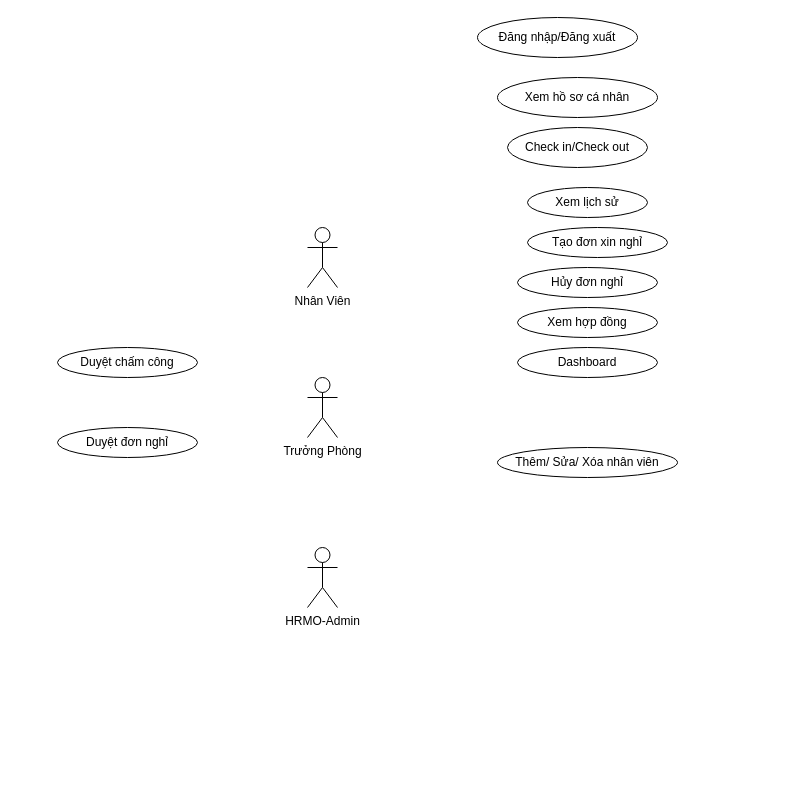
Above: Biểu đồ không có tiêu đề.drawio in lannhi07/DEMO-1 (draw.io), before the change. Source tidied: cells renumbered, new cells numbered last; positions are measured from the earlier drawing's top-left corner, leaving out a move shared by most shapes. Both pictures are drawn from the tidied source at 100%, with x=0, y=0 at pixel (57, 17).
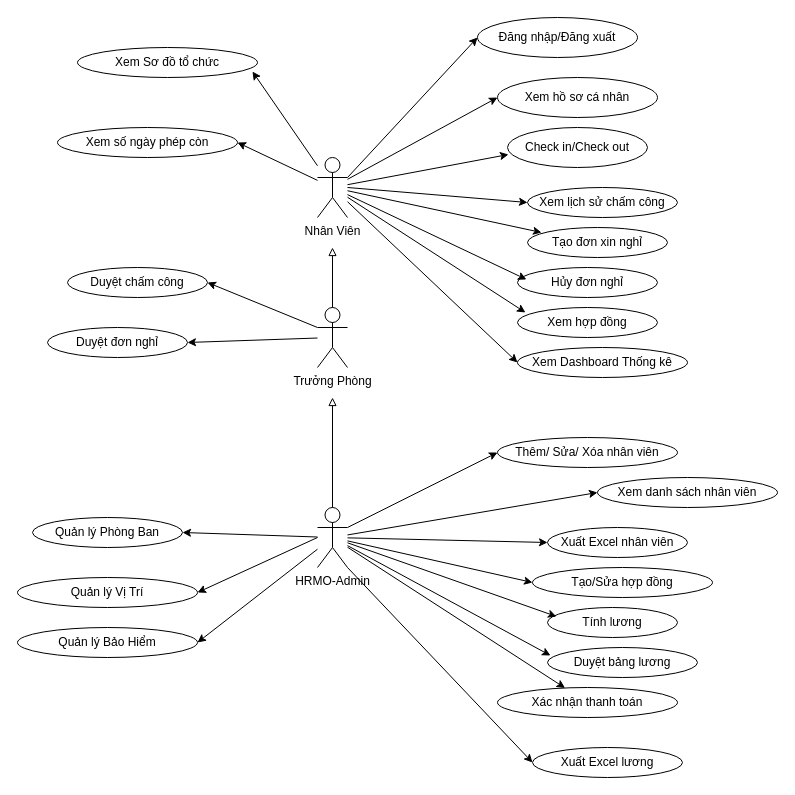
Above is the later version.

Change to the diagram source:
```diff
@@
-    <mxCell id="2" value="HRMO-Admin" style="shape=umlActor;verticalLabelPosition=bottom;verticalAlign=top;html=1;outlineConnect=0;" parent="1" vertex="1">
-      <mxGeometry x="250" y="530" width="30" height="60" as="geometry" />
+    <mxCell id="2" value="HRMO-Admin" style="shape=umlActor;verticalLabelPosition=bottom;verticalAlign=top;html=1;outlineConnect=0;rounded=1;" parent="1" vertex="1">
+      <mxGeometry x="260" y="490" width="30" height="60" as="geometry" />
     </mxCell>
-    <mxCell id="3" value="Trưởng Phòng" style="shape=umlActor;verticalLabelPosition=bottom;verticalAlign=top;html=1;outlineConnect=0;" parent="1" vertex="1">
-      <mxGeometry x="250" y="360" width="30" height="60" as="geometry" />
+    <mxCell id="3" value="Trưởng Phòng" style="shape=umlActor;verticalLabelPosition=bottom;verticalAlign=top;html=1;outlineConnect=0;rounded=1;" parent="1" vertex="1">
+      <mxGeometry x="260" y="290" width="30" height="60" as="geometry" />
     </mxCell>
-    <mxCell id="4" value="Nhân Viên" style="shape=umlActor;verticalLabelPosition=bottom;verticalAlign=top;html=1;outlineConnect=0;" parent="1" vertex="1">
-      <mxGeometry x="250" y="210" width="30" height="60" as="geometry" />
+    <mxCell id="4" value="Nhân Viên" style="shape=umlActor;verticalLabelPosition=bottom;verticalAlign=top;html=1;outlineConnect=0;rounded=1;" parent="1" vertex="1">
+      <mxGeometry x="260" y="140" width="30" height="60" as="geometry" />
     </mxCell>
-    <mxCell id="5" value="Đăng nhập/Đăng xuất" style="ellipse;whiteSpace=wrap;html=1;" parent="1" vertex="1">
+    <mxCell id="5" value="Đăng nhập/Đăng xuất" style="ellipse;whiteSpace=wrap;html=1;rounded=1;" parent="1" vertex="1">
       <mxGeometry x="420" width="160" height="40" as="geometry" />
     </mxCell>
-    <mxCell id="6" value="Xem hồ sơ cá nhân" style="ellipse;whiteSpace=wrap;html=1;" parent="1" vertex="1">
+    <mxCell id="6" value="Xem hồ sơ cá nhân" style="ellipse;whiteSpace=wrap;html=1;rounded=1;" parent="1" vertex="1">
       <mxGeometry x="440" y="60" width="160" height="40" as="geometry" />
     </mxCell>
-    <mxCell id="7" value="Check in/Check out" style="ellipse;whiteSpace=wrap;html=1;" parent="1" vertex="1">
+    <mxCell id="7" value="Check in/Check out" style="ellipse;whiteSpace=wrap;html=1;rounded=1;" parent="1" vertex="1">
       <mxGeometry x="450" y="110" width="140" height="40" as="geometry" />
     </mxCell>
-    <mxCell id="8" value="Xem lịch sử" style="ellipse;whiteSpace=wrap;html=1;" parent="1" vertex="1">
-      <mxGeometry x="470" y="170" width="120" height="30" as="geometry" />
+    <mxCell id="8" value="Xem lịch sử chấm công" style="ellipse;whiteSpace=wrap;html=1;rounded=1;" parent="1" vertex="1">
+      <mxGeometry x="470" y="170" width="150" height="30" as="geometry" />
     </mxCell>
-    <mxCell id="9" value="Tạo đơn xin nghỉ" style="ellipse;whiteSpace=wrap;html=1;" parent="1" vertex="1">
+    <mxCell id="9" value="Tạo đơn xin nghỉ" style="ellipse;whiteSpace=wrap;html=1;rounded=1;" parent="1" vertex="1">
       <mxGeometry x="470" y="210" width="140" height="30" as="geometry" />
     </mxCell>
-    <mxCell id="10" value="Hủy đơn nghỉ" style="ellipse;whiteSpace=wrap;html=1;" parent="1" vertex="1">
+    <mxCell id="10" value="Hủy đơn nghỉ" style="ellipse;whiteSpace=wrap;html=1;rounded=1;" parent="1" vertex="1">
       <mxGeometry x="460" y="250" width="140" height="30" as="geometry" />
     </mxCell>
-    <mxCell id="11" value="Xem hợp đồng" style="ellipse;whiteSpace=wrap;html=1;" parent="1" vertex="1">
+    <mxCell id="11" value="Xem hợp đồng" style="ellipse;whiteSpace=wrap;html=1;rounded=1;" parent="1" vertex="1">
       <mxGeometry x="460" y="290" width="140" height="30" as="geometry" />
     </mxCell>
-    <mxCell id="12" value="Dashboard" style="ellipse;whiteSpace=wrap;html=1;" parent="1" vertex="1">
-      <mxGeometry x="460" y="330" width="140" height="30" as="geometry" />
+    <mxCell id="12" value="Xem Dashboard Thống kê" style="ellipse;whiteSpace=wrap;html=1;rounded=1;" parent="1" vertex="1">
+      <mxGeometry x="460" y="330" width="170" height="30" as="geometry" />
     </mxCell>
-    <mxCell id="13" value="Duyệt chấm công" style="ellipse;whiteSpace=wrap;html=1;" parent="1" vertex="1">
-      <mxGeometry y="330" width="140" height="30" as="geometry" />
+    <mxCell id="13" value="Duyệt chấm công" style="ellipse;whiteSpace=wrap;html=1;rounded=1;" parent="1" vertex="1">
+      <mxGeometry x="10" y="250" width="140" height="30" as="geometry" />
     </mxCell>
-    <mxCell id="14" value="Duyệt đơn nghỉ" style="ellipse;whiteSpace=wrap;html=1;" parent="1" vertex="1">
-      <mxGeometry y="410" width="140" height="30" as="geometry" />
+    <mxCell id="14" value="Duyệt đơn nghỉ" style="ellipse;whiteSpace=wrap;html=1;rounded=1;" parent="1" vertex="1">
+      <mxGeometry x="-10" y="310" width="140" height="30" as="geometry" />
     </mxCell>
-    <mxCell id="15" value="Thêm/ Sửa/ Xóa nhân viên" style="ellipse;whiteSpace=wrap;html=1;" parent="1" vertex="1">
-      <mxGeometry x="440" y="430" width="180" height="30" as="geometry" />
+    <mxCell id="15" value="Thêm/ Sửa/ Xóa nhân viên" style="ellipse;whiteSpace=wrap;html=1;rounded=1;" parent="1" vertex="1">
+      <mxGeometry x="440" y="420" width="180" height="30" as="geometry" />
     </mxCell>
+    <mxCell id="16" value="Xuất Excel nhân viên" style="ellipse;whiteSpace=wrap;html=1;rounded=1;" parent="1" vertex="1">
+      <mxGeometry x="490" y="510" width="140" height="30" as="geometry" />
+    </mxCell>
+    <mxCell id="17" value="Tạo/Sửa hợp đồng" style="ellipse;whiteSpace=wrap;html=1;rounded=1;" parent="1" vertex="1">
+      <mxGeometry x="475" y="550" width="180" height="30" as="geometry" />
+    </mxCell>
+    <mxCell id="18" value="Tính lương" style="ellipse;whiteSpace=wrap;html=1;rounded=1;" parent="1" vertex="1">
+      <mxGeometry x="490" y="590" width="130" height="30" as="geometry" />
+    </mxCell>
+    <mxCell id="19" value="Duyệt bảng lương" style="ellipse;whiteSpace=wrap;html=1;rounded=1;" parent="1" vertex="1">
+      <mxGeometry x="490" y="630" width="150" height="30" as="geometry" />
+    </mxCell>
+    <mxCell id="20" value="Xác nhận thanh toán" style="ellipse;whiteSpace=wrap;html=1;rounded=1;" parent="1" vertex="1">
+      <mxGeometry x="440" y="670" width="180" height="30" as="geometry" />
+    </mxCell>
+    <mxCell id="21" value="Quản lý Phòng Ban" style="ellipse;whiteSpace=wrap;html=1;rounded=1;" parent="1" vertex="1">
+      <mxGeometry x="-25" y="500" width="150" height="30" as="geometry" />
+    </mxCell>
+    <mxCell id="22" value="Quản lý Vị Trí" style="ellipse;whiteSpace=wrap;html=1;rounded=1;" parent="1" vertex="1">
+      <mxGeometry x="-40" y="560" width="180" height="30" as="geometry" />
+    </mxCell>
+    <mxCell id="23" value="Quản lý Bảo Hiểm" style="ellipse;whiteSpace=wrap;html=1;rounded=1;" parent="1" vertex="1">
+      <mxGeometry x="-40" y="610" width="180" height="30" as="geometry" />
+    </mxCell>
+    <mxCell id="24" style="endArrow=classic;html=1;rounded=1;exitX=1;exitY=0.3333333333333333;exitDx=0;exitDy=0;exitPerimeter=0;entryX=0;entryY=0.5;entryDx=0;entryDy=0;" parent="1" edge="1" source="4" target="5">
+      <mxGeometry relative="1" as="geometry" />
+    </mxCell>
+    <mxCell id="25" value="Xem danh sách nhân viên" style="ellipse;whiteSpace=wrap;html=1;rounded=1;" parent="1" vertex="1">
+      <mxGeometry x="540" y="460" width="180" height="30" as="geometry" />
+    </mxCell>
+    <mxCell id="26" value="Xuất Excel lương" style="ellipse;whiteSpace=wrap;html=1;rounded=1;" parent="1" vertex="1">
+      <mxGeometry x="475" y="730" width="150" height="30" as="geometry" />
+    </mxCell>
+    <mxCell id="27" value="Xem Sơ đồ tổ chức" style="ellipse;whiteSpace=wrap;html=1;rounded=1;" parent="1" vertex="1">
+      <mxGeometry x="20" y="30" width="180" height="30" as="geometry" />
+    </mxCell>
+    <mxCell id="28" value="Xem số ngày phép còn" style="ellipse;whiteSpace=wrap;html=1;rounded=1;" parent="1" vertex="1">
+      <mxGeometry y="110" width="180" height="30" as="geometry" />
+    </mxCell>
+    <mxCell id="29" style="endArrow=classic;html=1;rounded=1;entryX=0;entryY=0.5;entryDx=0;entryDy=0;" parent="1" edge="1" source="4" target="6">
+      <mxGeometry relative="1" as="geometry" />
+    </mxCell>
+    <mxCell id="30" style="endArrow=classic;html=1;rounded=1;entryX=0.007;entryY=0.675;entryDx=0;entryDy=0;entryPerimeter=0;" parent="1" edge="1" source="4" target="7">
+      <mxGeometry relative="1" as="geometry" />
+    </mxCell>
+    <mxCell id="31" style="endArrow=classic;html=1;rounded=1;entryX=0;entryY=0.5;entryDx=0;entryDy=0;" parent="1" edge="1" target="8">
+      <mxGeometry relative="1" as="geometry">
+        <mxPoint x="290" y="170" as="sourcePoint" />
+      </mxGeometry>
+    </mxCell>
+    <mxCell id="32" style="endArrow=classic;html=1;rounded=1;entryX=0.1;entryY=0.167;entryDx=0;entryDy=0;entryPerimeter=0;" parent="1" edge="1" source="4" target="9">
+      <mxGeometry relative="1" as="geometry" />
+    </mxCell>
+    <mxCell id="33" style="endArrow=classic;html=1;rounded=1;entryX=0.064;entryY=0.4;entryDx=0;entryDy=0;entryPerimeter=0;" parent="1" edge="1" source="4" target="10">
+      <mxGeometry relative="1" as="geometry" />
+    </mxCell>
+    <mxCell id="34" style="endArrow=classic;html=1;rounded=1;entryX=0.057;entryY=0.167;entryDx=0;entryDy=0;entryPerimeter=0;" parent="1" edge="1" source="4" target="11">
+      <mxGeometry relative="1" as="geometry" />
+    </mxCell>
+    <mxCell id="35" style="endArrow=classic;html=1;rounded=1;entryX=0;entryY=0.5;entryDx=0;entryDy=0;" parent="1" edge="1" source="4" target="12">
+      <mxGeometry relative="1" as="geometry" />
+    </mxCell>
+    <mxCell id="36" style="endArrow=classic;html=1;rounded=1;exitX=1;exitY=0.3333333333333333;exitDx=0;exitDy=0;exitPerimeter=0;entryX=0;entryY=0.5;entryDx=0;entryDy=0;" parent="1" edge="1" source="2" target="15">
+      <mxGeometry relative="1" as="geometry" />
+    </mxCell>
+    <mxCell id="37" style="endArrow=classic;html=1;rounded=1;entryX=0;entryY=0.5;entryDx=0;entryDy=0;" parent="1" edge="1" source="2" target="25">
+      <mxGeometry relative="1" as="geometry" />
+    </mxCell>
+    <mxCell id="38" style="endArrow=classic;html=1;rounded=1;entryX=0;entryY=0.5;entryDx=0;entryDy=0;" parent="1" edge="1" source="2" target="16">
+      <mxGeometry relative="1" as="geometry" />
+    </mxCell>
+    <mxCell id="39" style="endArrow=classic;html=1;rounded=1;entryX=0;entryY=0.5;entryDx=0;entryDy=0;" parent="1" edge="1" source="2" target="17">
+      <mxGeometry relative="1" as="geometry" />
+    </mxCell>
+    <mxCell id="40" style="endArrow=classic;html=1;rounded=1;entryX=0.069;entryY=0.3;entryDx=0;entryDy=0;entryPerimeter=0;" parent="1" edge="1" source="2" target="18">
+      <mxGeometry relative="1" as="geometry" />
+    </mxCell>
+    <mxCell id="41" style="endArrow=classic;html=1;rounded=1;entryX=0.02;entryY=0.267;entryDx=0;entryDy=0;entryPerimeter=0;" parent="1" edge="1" source="2" target="19">
+      <mxGeometry relative="1" as="geometry" />
+    </mxCell>
+    <mxCell id="42" style="endArrow=classic;html=1;rounded=1;exitX=1;exitY=1;exitDx=0;exitDy=0;exitPerimeter=0;entryX=0;entryY=0.5;entryDx=0;entryDy=0;" parent="1" edge="1" source="2" target="26">
+      <mxGeometry relative="1" as="geometry" />
+    </mxCell>
+    <mxCell id="43" style="endArrow=classic;html=1;rounded=1;" parent="1" edge="1" source="2" target="20">
+      <mxGeometry relative="1" as="geometry" />
+    </mxCell>
+    <mxCell id="44" style="endArrow=classic;html=1;rounded=1;entryX=1;entryY=0.5;entryDx=0;entryDy=0;" parent="1" edge="1" source="2" target="21">
+      <mxGeometry relative="1" as="geometry" />
+    </mxCell>
+    <mxCell id="45" style="endArrow=classic;html=1;rounded=1;entryX=1;entryY=0.5;entryDx=0;entryDy=0;" parent="1" edge="1" target="22">
+      <mxGeometry relative="1" as="geometry">
+        <mxPoint x="260" y="520" as="sourcePoint" />
+      </mxGeometry>
+    </mxCell>
+    <mxCell id="46" style="endArrow=classic;html=1;rounded=1;entryX=1;entryY=0.5;entryDx=0;entryDy=0;" parent="1" edge="1" source="2" target="23">
+      <mxGeometry relative="1" as="geometry" />
+    </mxCell>
+    <mxCell id="47" style="endArrow=classic;html=1;rounded=1;entryX=1;entryY=0.5;entryDx=0;entryDy=0;exitX=0;exitY=0.3333333333333333;exitDx=0;exitDy=0;exitPerimeter=0;" parent="1" edge="1" source="3" target="13">
+      <mxGeometry relative="1" as="geometry" />
+    </mxCell>
+    <mxCell id="48" style="endArrow=classic;html=1;rounded=1;entryX=1;entryY=0.5;entryDx=0;entryDy=0;" parent="1" edge="1" source="3" target="14">
+      <mxGeometry relative="1" as="geometry" />
+    </mxCell>
+    <mxCell id="49" style="endArrow=classic;html=1;rounded=1;entryX=0.972;entryY=0.8;entryDx=0;entryDy=0;entryPerimeter=0;" parent="1" edge="1" source="4" target="27">
+      <mxGeometry relative="1" as="geometry" />
+    </mxCell>
+    <mxCell id="50" style="endArrow=classic;html=1;rounded=1;entryX=1;entryY=0.5;entryDx=0;entryDy=0;" parent="1" edge="1" source="4" target="28">
+      <mxGeometry relative="1" as="geometry" />
+    </mxCell>
+    <mxCell id="51" style="endArrow=block;html=1;rounded=1;endFill=0;exitX=0.5;exitY=0;exitDx=0;exitDy=0;exitPerimeter=0;" parent="1" edge="1" source="2">
+      <mxGeometry relative="1" as="geometry">
+        <mxPoint x="275" y="380" as="targetPoint" />
+      </mxGeometry>
+    </mxCell>
+    <mxCell id="52" style="endArrow=block;html=1;rounded=1;endFill=0;exitX=0.5;exitY=0;exitDx=0;exitDy=0;exitPerimeter=0;" parent="1" edge="1" source="3">
+      <mxGeometry relative="1" as="geometry">
+        <mxPoint x="275" y="230" as="targetPoint" />
+      </mxGeometry>
+    </mxCell>
```
